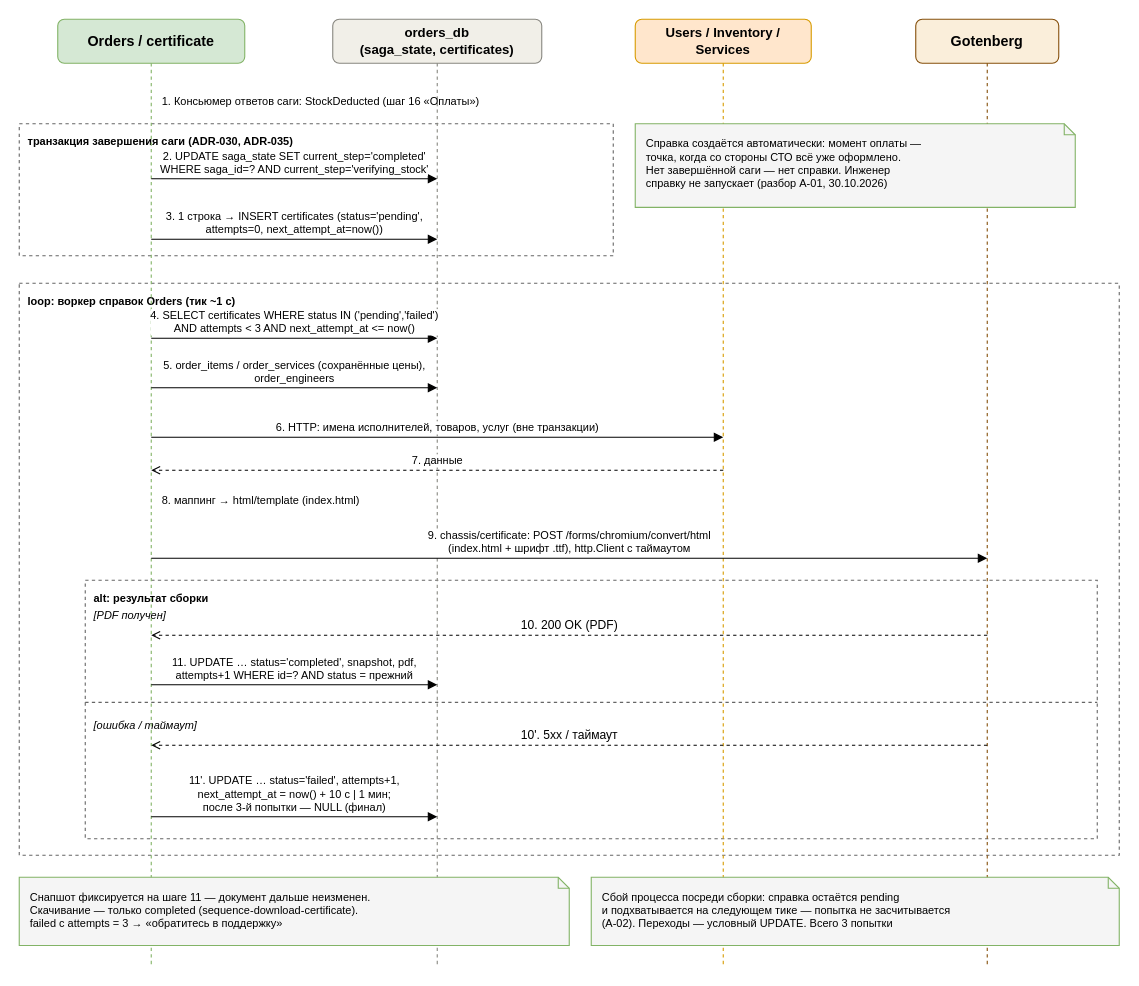
The draw.io diagram stuff/uml/sequence/sequence-certificate.drawio in TFRunity/sto, before the edit. Source tidied: cells renumbered, new cells numbered last; positions are measured from the earlier drawing's top-left corner, leaving out a move shared by most shapes. Both pictures are drawn from the tidied source at 110%, with x=0, y=0 at pixel (19, 19).
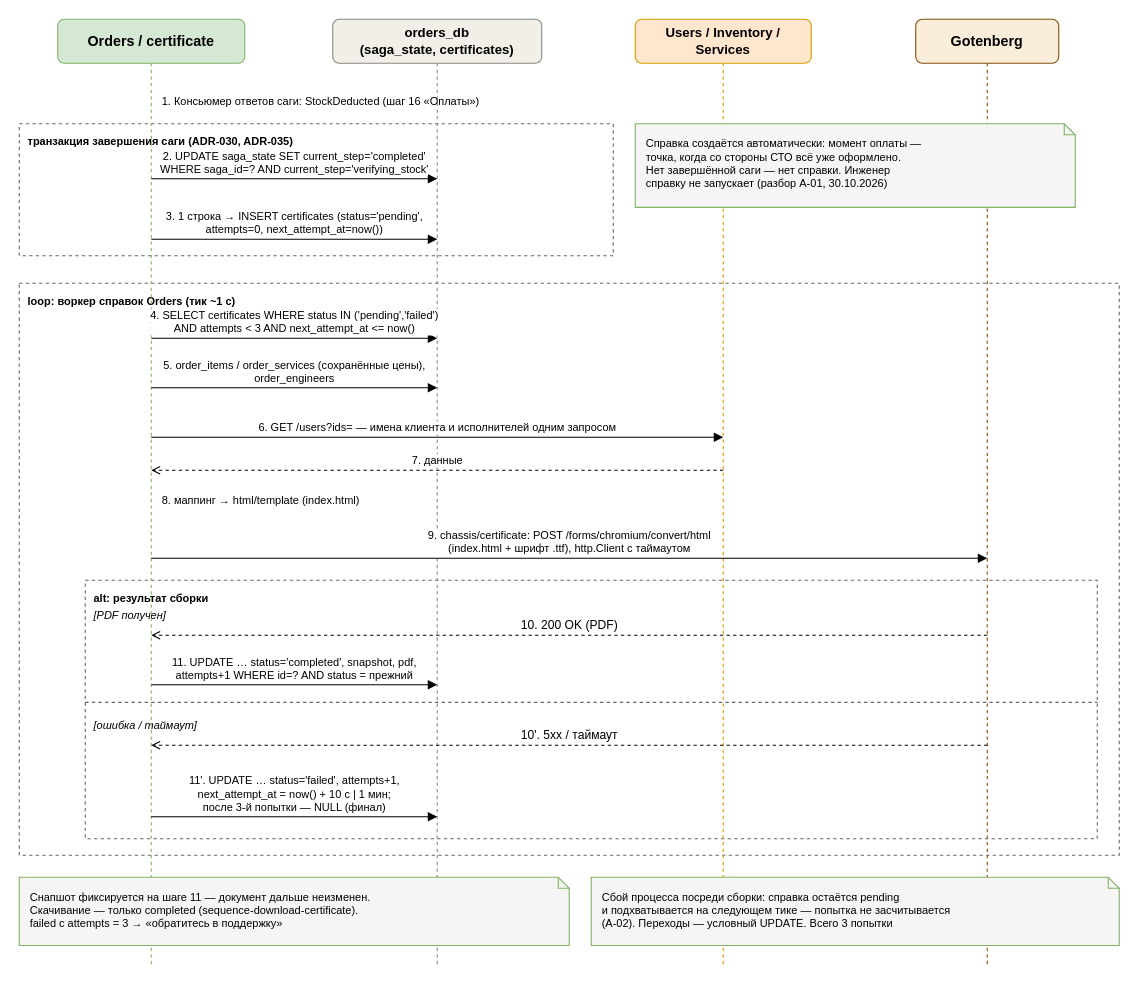
The same page after the edit.

Diff of the diagram source:
```diff
@@
-    <mxCell id="22" value="6. HTTP: имена исполнителей, товаров, услуг (вне транзакции)" style="html=1;endArrow=block;fontSize=10;align=center;verticalAlign=bottom;" parent="1" edge="1">
+    <mxCell id="22" value="6. GET /users?ids= — имена клиента и исполнителей одним запросом" style="html=1;endArrow=block;fontSize=10;align=center;verticalAlign=bottom;" parent="1" edge="1">
       <mxGeometry relative="1" as="geometry">
         <mxPoint x="120" y="380" as="sourcePoint" />
         <mxPoint x="640" y="380" as="targetPoint" />
       </mxGeometry>
     </mxCell>
```
